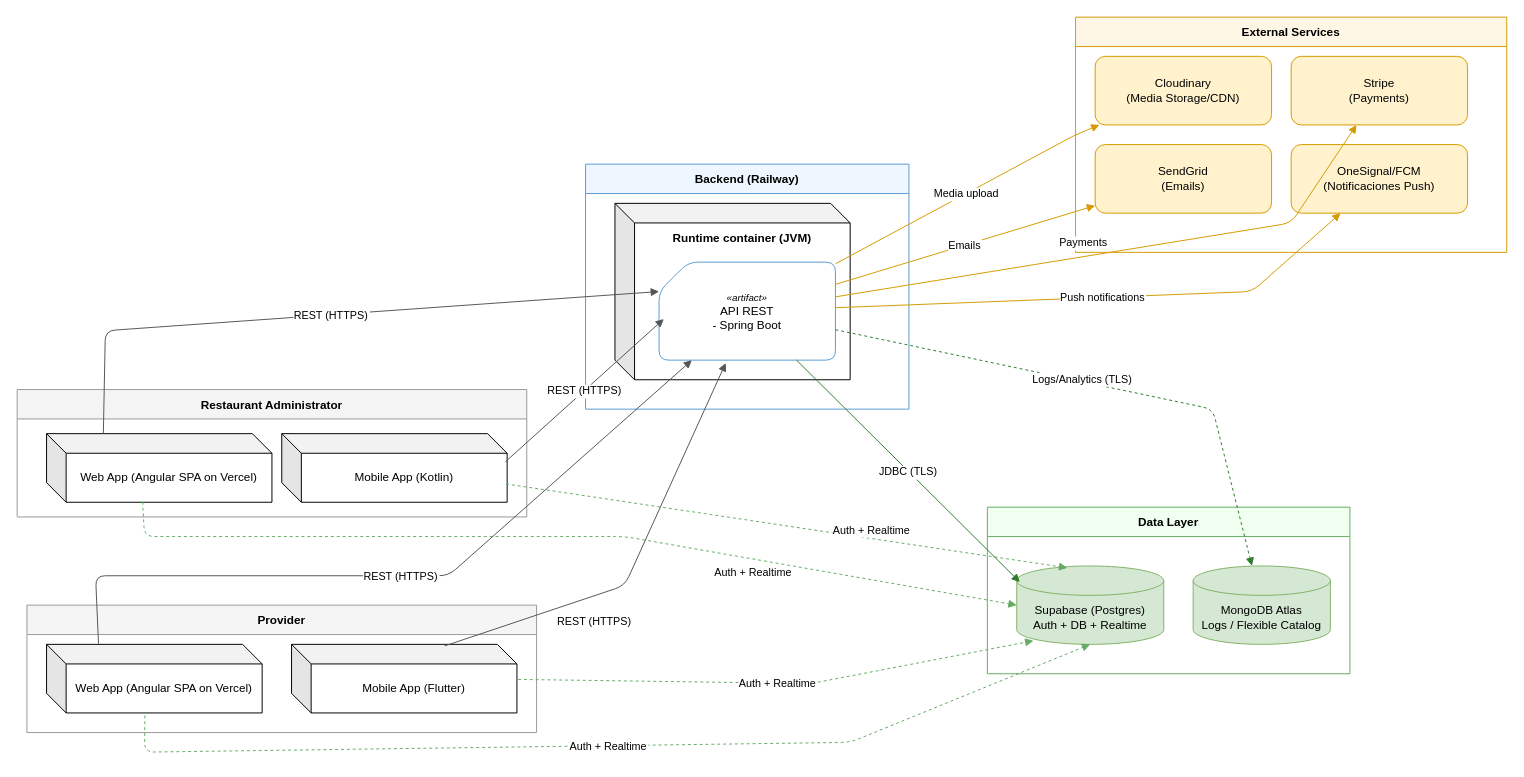
Above: assets/uml/software-deployment-diagram.dio in Aplicaciones-para-Dispositivos-Moviles/Report (draw.io), before the change. Source tidied: cells renumbered, new cells numbered last; positions are measured from the earlier drawing's top-left corner, leaving out a move shared by most shapes. Both pictures are drawn from the tidied source at 98%, with x=0, y=0 at pixel (17, 17).
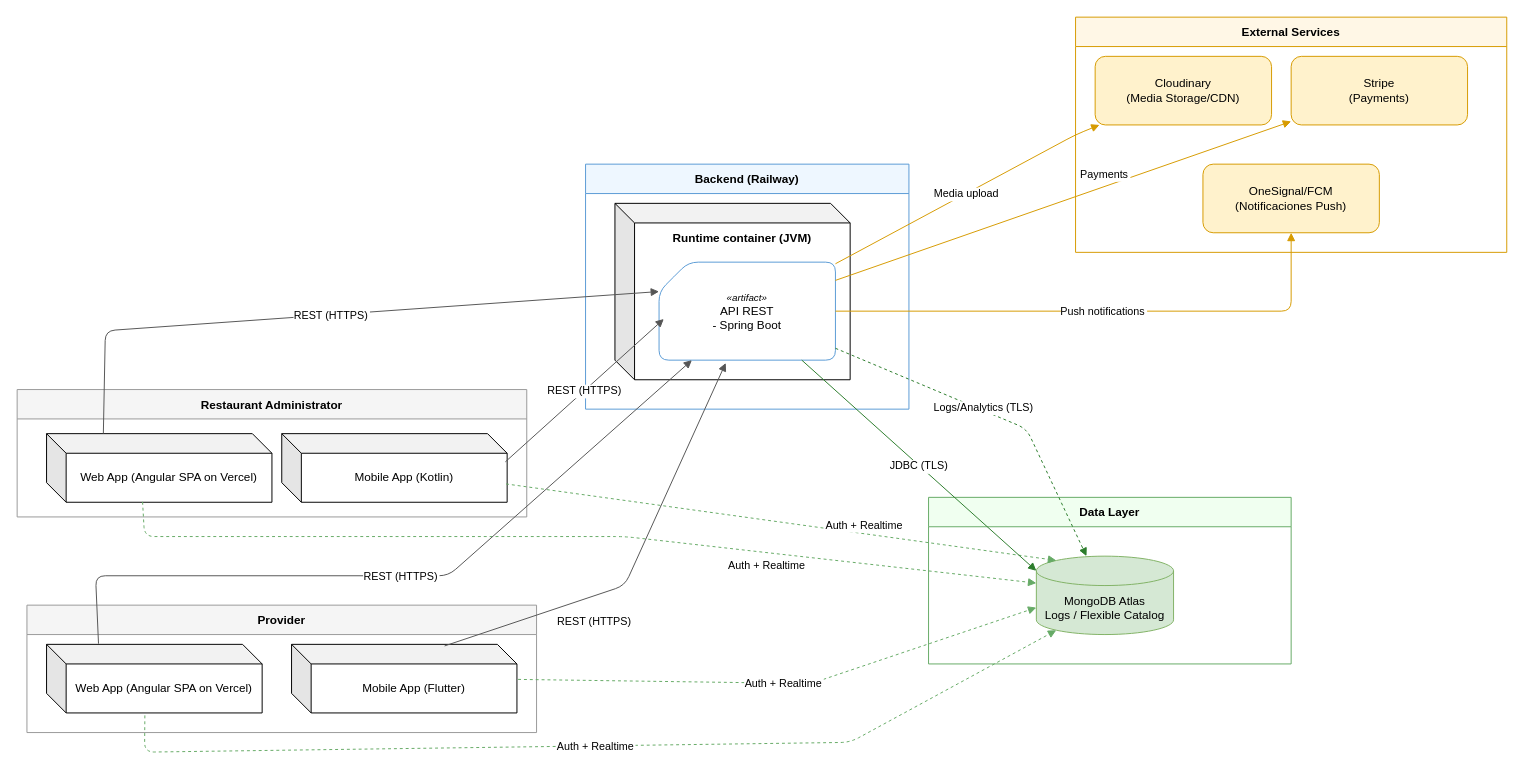
Above is the later version.

Commit message (it also covers changes not shown here):
fix: update software deployment diagram and regenerate PNG

The change refers to these unchanged cells:
```xml
<mxCell id="3" value="&lt;span style=&quot;color: rgb(0, 0, 0);&quot;&gt;Web App (Angular SPA on Vercel)&lt;/span&gt;" style="shape=cube;whiteSpace=wrap;html=1;boundedLbl=1;backgroundOutline=1;darkOpacity=0.05;darkOpacity2=0.1;" parent="2" vertex="1">
  <mxGeometry x="30" y="45" width="230" height="70" as="geometry" />
</mxCell>
<mxCell id="4" value="&lt;span style=&quot;color: rgb(0, 0, 0);&quot;&gt;Mobile App (Kotlin)&lt;/span&gt;" style="shape=cube;whiteSpace=wrap;html=1;boundedLbl=1;backgroundOutline=1;darkOpacity=0.05;darkOpacity2=0.1;" parent="2" vertex="1">
  <mxGeometry x="270" y="45" width="230" height="70" as="geometry" />
</mxCell>
<mxCell id="6" value="&lt;span style=&quot;color: rgb(0, 0, 0);&quot;&gt;Web App (Angular SPA on Vercel)&lt;/span&gt;" style="shape=cube;whiteSpace=wrap;html=1;boundedLbl=1;backgroundOutline=1;darkOpacity=0.05;darkOpacity2=0.1;" parent="5" vertex="1">
  <mxGeometry x="20" y="40" width="220" height="70" as="geometry" />
</mxCell>
<mxCell id="7" value="&lt;span style=&quot;color: rgb(0, 0, 0);&quot;&gt;Mobile App (Flutter)&lt;/span&gt;" style="shape=cube;whiteSpace=wrap;html=1;boundedLbl=1;backgroundOutline=1;darkOpacity=0.05;darkOpacity2=0.1;" parent="5" vertex="1">
  <mxGeometry x="270" y="40" width="230" height="70" as="geometry" />
</mxCell>
<mxCell id="10" value="&lt;div&gt;&lt;span style=&quot;color: rgb(0, 0, 0); font-family: sans-serif; font-style: italic; text-align: start; text-wrap-mode: nowrap; background-color: light-dark(#ffffff, var(--ge-dark-color, #121212));&quot;&gt;&lt;font style=&quot;font-size: 10px;&quot;&gt;«artifact»&lt;/font&gt;&lt;/span&gt;&lt;/div&gt;&lt;div&gt;&lt;span style=&quot;background-color: transparent;&quot;&gt;API REST&lt;/span&gt;&lt;/div&gt;- Spring Boot" style="shape=card;rounded=1;whiteSpace=wrap;html=1;fillColor=#ffffff;strokeColor=#5b9bd5;" parent="8" vertex="1">
  <mxGeometry x="75" y="100" width="180" height="100" as="geometry" />
</mxCell>
<mxCell id="15" value="External Services" style="swimlane;fontStyle=1;startSize=30;fillColor=#fff7e6;strokeColor=#d79b00;" parent="1" vertex="1">
  <mxGeometry x="1080" width="440" height="240" as="geometry" />
</mxCell>
<mxCell id="17" value="Stripe&lt;br&gt;(Payments)" style="rounded=1;whiteSpace=wrap;html=1;fillColor=#fff2cc;strokeColor=#d79b00;" parent="15" vertex="1">
  <mxGeometry x="220" y="40" width="180" height="70" as="geometry" />
</mxCell>
```

Change to the diagram source:
```diff
@@
     <mxCell id="12" value="Data Layer" style="swimlane;fontStyle=1;startSize=30;fillColor=#f0fff0;strokeColor=#66aa66;" parent="1" vertex="1">
-      <mxGeometry x="990" y="500" width="370" height="170" as="geometry" />
+      <mxGeometry x="930" y="490" width="370" height="170" as="geometry" />
     </mxCell>
-    <mxCell id="13" value="&lt;span style=&quot;color: rgb(0, 0, 0);&quot;&gt;Supabase (Postgres)&lt;/span&gt;&lt;br style=&quot;color: rgb(63, 63, 63); scrollbar-color: rgb(226, 226, 226) rgb(251, 251, 251);&quot;&gt;&lt;span style=&quot;color: rgb(0, 0, 0);&quot;&gt;Auth + DB + Realtime&lt;/span&gt;" style="shape=cylinder3;whiteSpace=wrap;html=1;boundedLbl=1;backgroundOutline=1;size=15;fillColor=#d5e8d4;strokeColor=#82b366;" parent="12" vertex="1">
-      <mxGeometry x="30" y="60" width="150" height="80" as="geometry" />
-    </mxCell>
     <mxCell id="14" value="&lt;span style=&quot;color: rgb(0, 0, 0);&quot;&gt;MongoDB Atlas&lt;/span&gt;&lt;br style=&quot;color: rgb(63, 63, 63); scrollbar-color: rgb(226, 226, 226) rgb(251, 251, 251);&quot;&gt;&lt;span style=&quot;color: rgb(0, 0, 0);&quot;&gt;Logs / Flexible Catalog&lt;/span&gt;" style="shape=cylinder3;whiteSpace=wrap;html=1;boundedLbl=1;backgroundOutline=1;size=15;fillColor=#d5e8d4;strokeColor=#82b366;" parent="12" vertex="1">
-      <mxGeometry x="210" y="60" width="140" height="80" as="geometry" />
+      <mxGeometry x="110" y="60" width="140" height="80" as="geometry" />
     </mxCell>
@@
-    <mxCell id="18" value="SendGrid&#10;(Emails)" style="rounded=1;whiteSpace=wrap;html=1;fillColor=#fff2cc;strokeColor=#d79b00;" parent="15" vertex="1">
-      <mxGeometry x="20" y="130" width="180" height="70" as="geometry" />
-    </mxCell>
     <mxCell id="19" value="OneSignal/FCM&#10;(Notificaciones Push)" style="rounded=1;whiteSpace=wrap;html=1;fillColor=#fff2cc;strokeColor=#d79b00;" parent="15" vertex="1">
-      <mxGeometry x="220" y="130" width="180" height="70" as="geometry" />
+      <mxGeometry x="130" y="150" width="180" height="70" as="geometry" />
     </mxCell>
@@
-    <mxCell id="22" value="Auth + Realtime" style="dashed=1;endArrow=block;strokeColor=#66aa66;entryX=0.344;entryY=0.024;entryDx=0;entryDy=0;entryPerimeter=0;exitX=0.995;exitY=0.733;exitDx=0;exitDy=0;exitPerimeter=0;" parent="1" edge="1" source="4" target="13">
+    <mxCell id="22" value="Auth + Realtime" style="dashed=1;endArrow=block;strokeColor=#66aa66;entryX=0.145;entryY=0;entryDx=0;entryDy=4.35;entryPerimeter=0;exitX=0.995;exitY=0.733;exitDx=0;exitDy=0;exitPerimeter=0;" parent="1" edge="1" source="4" target="14">
       <mxGeometry x="0.3" y="9" relative="1" as="geometry" />
     </mxCell>
-    <mxCell id="23" value="Auth + Realtime" style="dashed=1;endArrow=block;strokeColor=#66aa66;entryX=0;entryY=0.5;entryDx=0;entryDy=0;exitX=0.426;exitY=0.994;exitDx=0;exitDy=0;exitPerimeter=0;entryPerimeter=0;" parent="1" edge="1" source="3" target="13">
+    <mxCell id="23" value="Auth + Realtime" style="dashed=1;endArrow=block;strokeColor=#66aa66;entryX=0;entryY=0;entryDx=0;entryDy=27.5;exitX=0.426;exitY=0.994;exitDx=0;exitDy=0;exitPerimeter=0;entryPerimeter=0;" parent="1" edge="1" source="3" target="14">
       <mxGeometry x="0.42" y="-13" relative="1" as="geometry">
         <Array as="points">
           <mxPoint x="130" y="530" />
           <mxPoint x="620" y="530" />
         </Array>
       </mxGeometry>
     </mxCell>
@@
-    <mxCell id="26" value="Auth + Realtime" style="dashed=1;endArrow=block;strokeColor=#66aa66;entryX=0.5;entryY=1;entryDx=0;entryDy=0;entryPerimeter=0;exitX=0.456;exitY=1.036;exitDx=0;exitDy=0;exitPerimeter=0;" parent="1" edge="1" source="6" target="13">
+    <mxCell id="26" value="Auth + Realtime" style="dashed=1;endArrow=block;strokeColor=#66aa66;entryX=0.145;entryY=1;entryDx=0;entryDy=-4.35;entryPerimeter=0;exitX=0.456;exitY=1.036;exitDx=0;exitDy=0;exitPerimeter=0;" parent="1" edge="1" source="6" target="14">
       <mxGeometry relative="1" as="geometry">
         <Array as="points">
           <mxPoint x="130" y="750" />
           <mxPoint x="850" y="740" />
         </Array>
       </mxGeometry>
     </mxCell>
-    <mxCell id="27" value="Auth + Realtime" style="dashed=1;endArrow=block;strokeColor=#66aa66;entryX=0.114;entryY=0.954;entryDx=0;entryDy=0;entryPerimeter=0;exitX=1.005;exitY=0.511;exitDx=0;exitDy=0;exitPerimeter=0;" parent="1" edge="1" source="7" target="13">
+    <mxCell id="27" value="Auth + Realtime" style="dashed=1;endArrow=block;strokeColor=#66aa66;entryX=0;entryY=0;entryDx=0;entryDy=52.5;entryPerimeter=0;exitX=1.005;exitY=0.511;exitDx=0;exitDy=0;exitPerimeter=0;" parent="1" edge="1" source="7" target="14">
       <mxGeometry relative="1" as="geometry">
         <Array as="points">
           <mxPoint x="810" y="680" />
         </Array>
       </mxGeometry>
     </mxCell>
-    <mxCell id="28" value="JDBC (TLS)" style="endArrow=block;strokeColor=#2d7d2d;entryX=0.021;entryY=0.206;entryDx=0;entryDy=0;entryPerimeter=0;" parent="1" edge="1" source="10" target="13">
+    <mxCell id="28" value="JDBC (TLS)" style="endArrow=block;strokeColor=#2d7d2d;entryX=0;entryY=0;entryDx=0;entryDy=15;entryPerimeter=0;" parent="1" edge="1" source="10" target="14">
       <mxGeometry relative="1" as="geometry" />
     </mxCell>
     <mxCell id="29" value="Logs/Analytics (TLS)" style="dashed=1;endArrow=block;strokeColor=#2d7d2d;" parent="1" edge="1" source="10" target="14">
       <mxGeometry x="-0.08" y="3" relative="1" as="geometry">
         <Array as="points">
-          <mxPoint x="1220" y="400" />
+          <mxPoint x="1030" y="420" />
         </Array>
       </mxGeometry>
     </mxCell>
@@
     <mxCell id="31" value="Payments" style="endArrow=block;strokeColor=#d79b00;" parent="1" edge="1" source="10" target="17">
-      <mxGeometry x="-0.12" y="15" relative="1" as="geometry">
-        <Array as="points">
-          <mxPoint x="1300" y="210" />
-        </Array>
-        <mxPoint x="-1" y="1" as="offset" />
-      </mxGeometry>
+      <mxGeometry x="0.2" y="12" relative="1" as="geometry" />
     </mxCell>
-    <mxCell id="32" value="Emails" style="endArrow=block;strokeColor=#d79b00;" parent="1" edge="1" source="10" target="18">
-      <mxGeometry relative="1" as="geometry" />
-    </mxCell>
     <mxCell id="33" value="Push notifications" style="endArrow=block;strokeColor=#d79b00;" parent="1" edge="1" source="10" target="19">
       <mxGeometry relative="1" as="geometry">
         <Array as="points">
-          <mxPoint x="1260" y="280" />
+          <mxPoint x="1300" y="300" />
         </Array>
       </mxGeometry>
     </mxCell>
```
